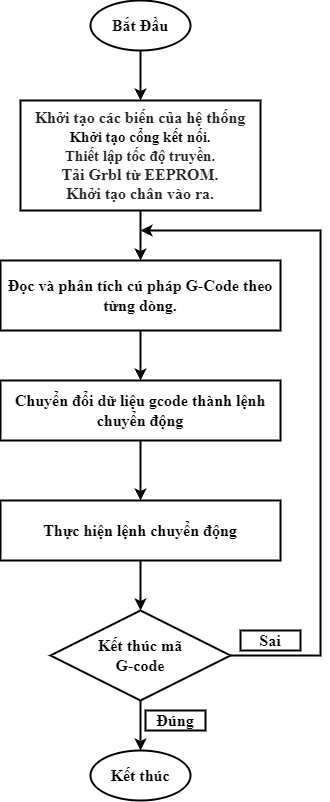
Above: doc/Lưu đồ chương trình trên Vi điều khiển.drawio.png in phamhiep2506/TinyCNC_Plotter (draw.io), before the change. Source tidied: cells renumbered, new cells last; positions are measured from the earlier drawing's top-left corner, leaving out a move shared by most shapes.
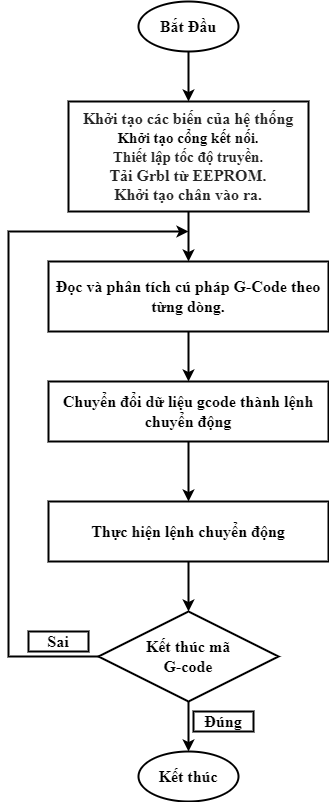
Later version of the same file.

What changed in the source:
```diff
@@ -34,15 +34,6 @@
     <mxCell id="11" value="&lt;b style=&quot;&quot;&gt;Bắt Đầu&lt;/b&gt;" style="strokeWidth=2;html=1;shape=mxgraph.flowchart.start_1;whiteSpace=wrap;fontFamily=Times New Roman;fontSize=16;" parent="1" vertex="1">
       <mxGeometry x="90" width="100" height="50" as="geometry" />
     </mxCell>
-    <mxCell id="12" style="endArrow=classic;html=1;rounded=0;fontFamily=Times New Roman;fontSize=16;strokeWidth=2;exitX=1;exitY=0.5;exitDx=0;exitDy=0;" parent="1" edge="1" source="15">
-      <mxGeometry relative="1" as="geometry">
-        <mxPoint x="140" y="230" as="targetPoint" />
-        <Array as="points">
-          <mxPoint x="320" y="655" />
-          <mxPoint x="320" y="230" />
-        </Array>
-      </mxGeometry>
-    </mxCell>
     <mxCell id="13" style="endArrow=classic;html=1;rounded=0;fontFamily=Times New Roman;fontSize=16;strokeWidth=2;exitX=0.5;exitY=1;exitDx=0;exitDy=0;entryX=0.5;entryY=0;entryDx=0;entryDy=0;entryPerimeter=0;" parent="1" edge="1" source="15" target="10">
       <mxGeometry relative="1" as="geometry" />
     </mxCell>
@@ -58,7 +49,16 @@
       <mxGeometry x="145" y="710" width="60" height="20" as="geometry" />
     </mxCell>
     <mxCell id="17" value="&lt;b&gt;Sai&lt;/b&gt;" style="rounded=0;whiteSpace=wrap;html=1;fontFamily=Times New Roman;fontSize=16;strokeWidth=2;" parent="1" vertex="1">
-      <mxGeometry x="240" y="630" width="60" height="20" as="geometry" />
+      <mxGeometry x="-20" y="630" width="60" height="20" as="geometry" />
     </mxCell>
+    <mxCell id="18" style="endArrow=classic;html=1;rounded=0;fontFamily=Times New Roman;fontSize=16;strokeWidth=2;exitX=0;exitY=0.5;exitDx=0;exitDy=0;" parent="1" edge="1" source="15">
+      <mxGeometry relative="1" as="geometry">
+        <mxPoint x="140" y="230" as="targetPoint" />
+        <Array as="points">
+          <mxPoint x="-40" y="655" />
+          <mxPoint x="-40" y="230" />
+        </Array>
+      </mxGeometry>
+    </mxCell>
   </root>
 </mxGraphModel>
```
